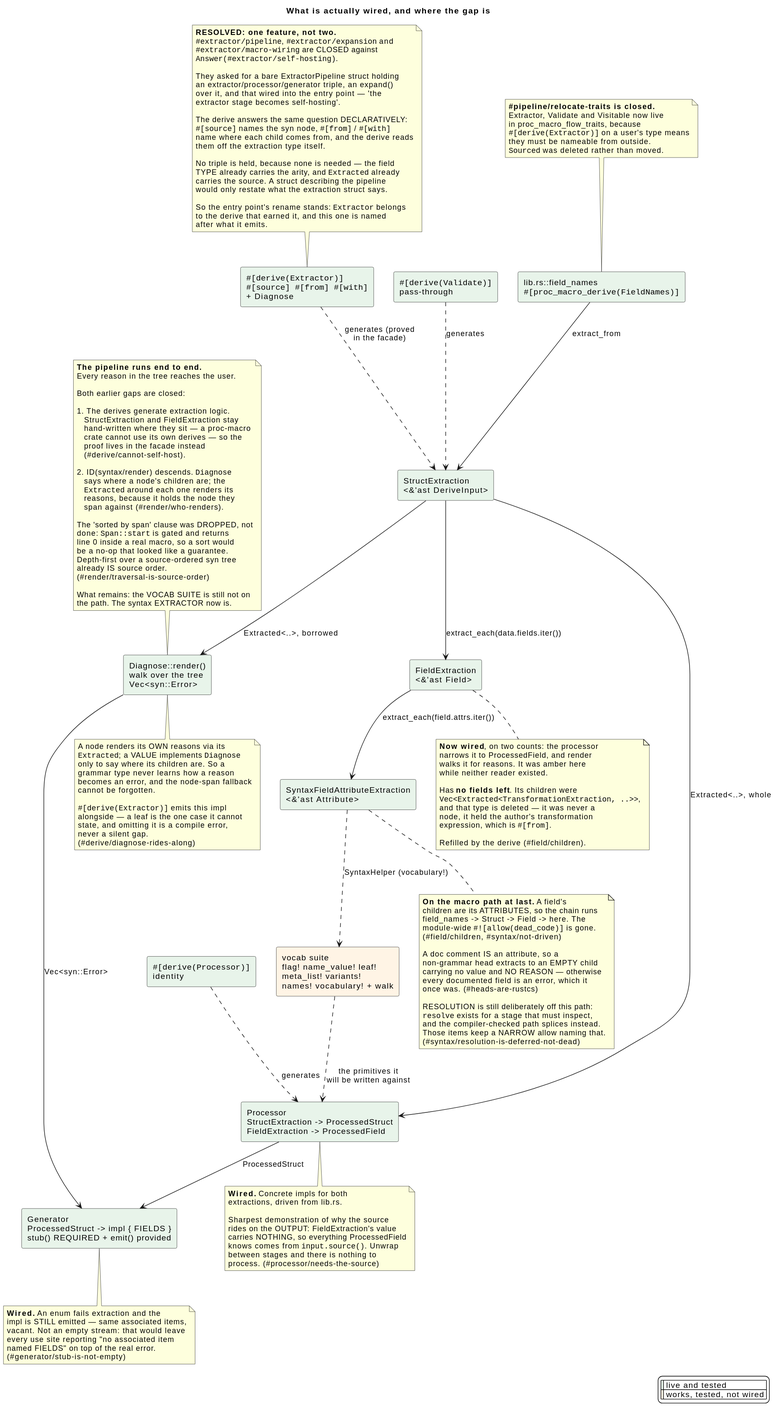
nzuzomagagula/proc-macro-flow keeps this PlantUML diagram as docs/design/03-pipeline-status.svg. Above is the earlier version.
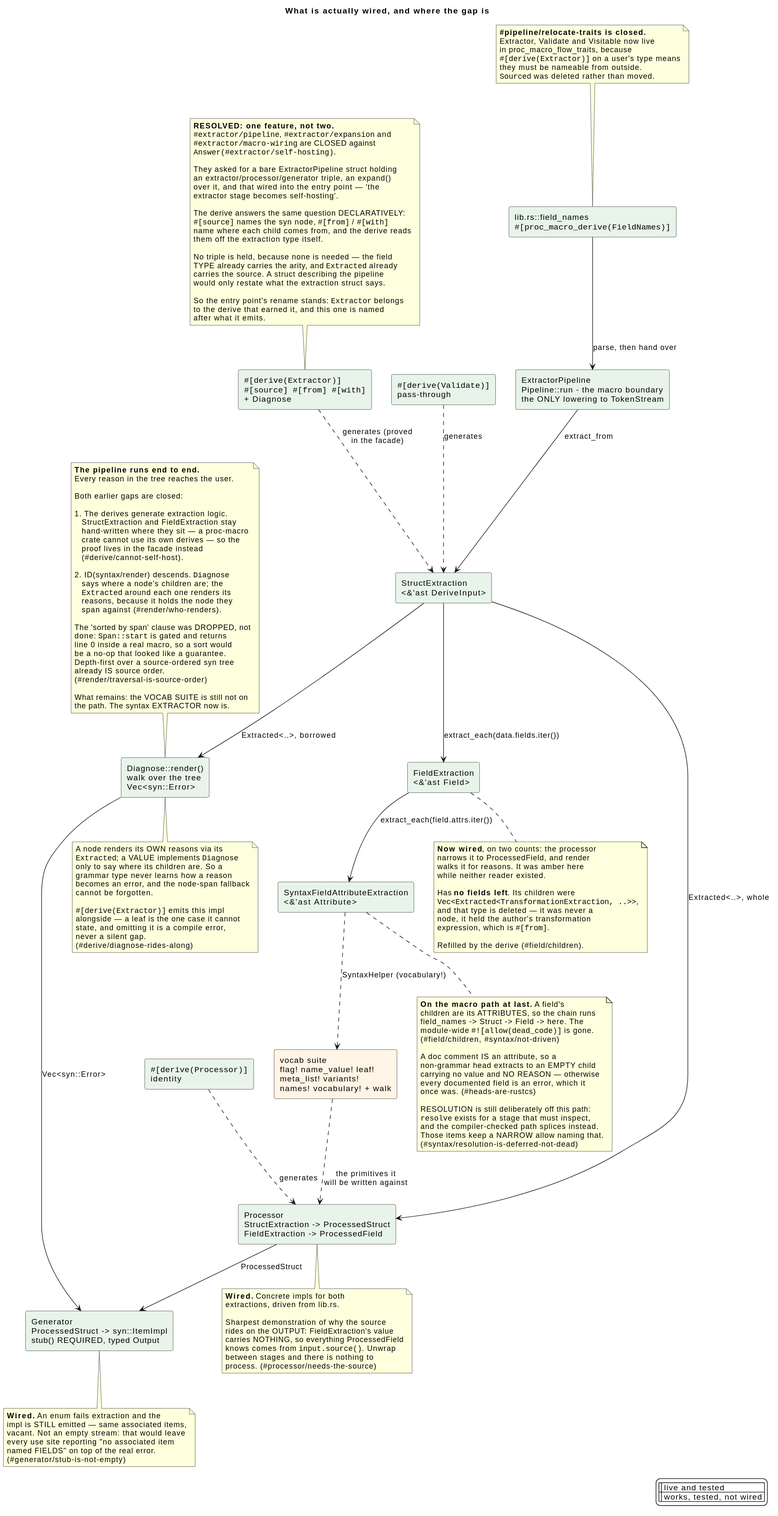
After the commit.

The edit, as a diff of the source:
```diff
@@ -13,7 +13,9 @@
 rectangle "vocab suite\nflag! name_value! leaf!\nmeta_list! variants!\nnames! vocabulary! + walk" as V #FFF4E5
 
 rectangle "Processor\nStructExtraction -> ProcessedStruct\nFieldExtraction  -> ProcessedField" as P #E8F4EA
-rectangle "Generator\nProcessedStruct -> impl { FIELDS }\nstub() REQUIRED + emit() provided" as G #E8F4EA
+rectangle "Generator\nProcessedStruct -> syn::ItemImpl\nstub() REQUIRED, typed Output" as G #E8F4EA
+
+rectangle "ExtractorPipeline\nPipeline::run - the macro boundary\nthe ONLY lowering to TokenStream" as PL #E8F4EA
 
 rectangle "Diagnose::render()\nwalk over the tree\nVec<syn::Error>" as R #E8F4EA
 
@@ -21,7 +23,8 @@
 rectangle """#[derive(Processor)]""\nidentity" as DP #E8F4EA
 rectangle """#[derive(Validate)]""\npass-through" as DV #E8F4EA
 
-Entry --> S : extract_from
+Entry --> PL : parse, then hand over
+PL --> S : extract_from
 S --> F : extract_each(data.fields.iter())
 F --> Y : extract_each(field.attrs.iter())
 
```
